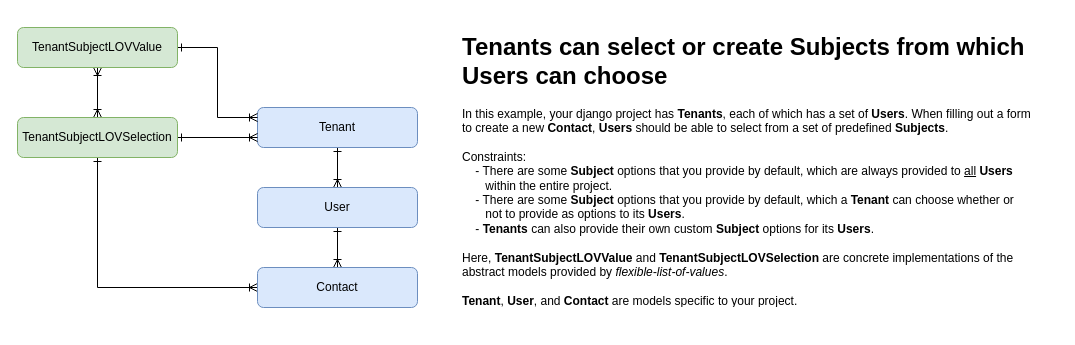
Above: page "Page-1" (1 of 2) of docs/media/FlexibleLOVDescription.drawio in OmenApps/flexible-list-of-values (draw.io), before the change. Source tidied: cells renumbered, new cells numbered last; positions are measured from the earlier drawing's top-left corner, leaving out a move shared by most shapes. Both pictures are drawn from the tidied source at 100%, with x=0, y=0 at pixel (17, 27).
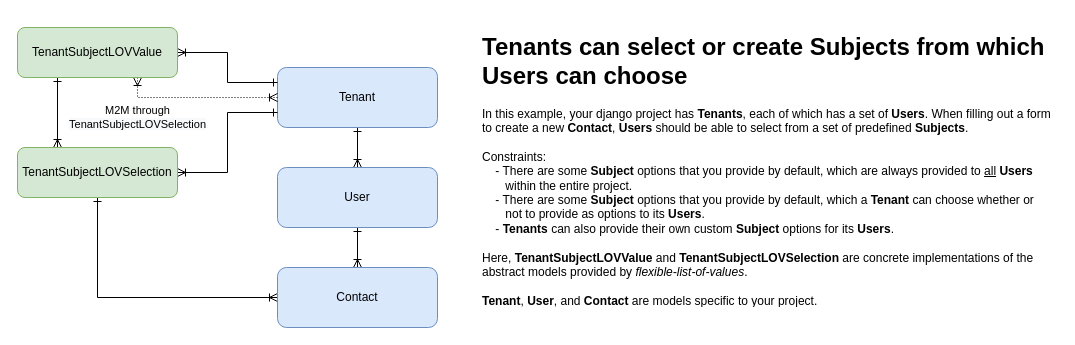
After the change.

Commit message (it also covers changes not shown here):
Update diagram to reflect the M2M through relationship

Change to the diagram source:
```diff
@@
 <mxGraphModel>
   <root>
     <mxCell id="0" />
     <mxCell id="1" parent="0" />
     <mxCell id="2" style="edgeStyle=orthogonalEdgeStyle;rounded=0;jettySize=auto;html=1;exitX=0.5;exitY=1;exitDx=0;exitDy=0;endArrow=ERoneToMany;endFill=0;startArrow=ERone;startFill=0;" parent="1" edge="1" source="3" target="11">
       <mxGeometry relative="1" as="geometry" />
     </mxCell>
     <mxCell id="3" value="Tenant" style="rounded=1;whiteSpace=wrap;html=1;fillColor=#dae8fc;strokeColor=#6c8ebf;" parent="1" vertex="1">
-      <mxGeometry x="240" y="80" width="160" height="40" as="geometry" />
+      <mxGeometry x="260" y="40" width="160" height="60" as="geometry" />
     </mxCell>
-    <mxCell id="4" style="edgeStyle=orthogonalEdgeStyle;rounded=0;jettySize=auto;html=1;exitX=1;exitY=0.5;exitDx=0;exitDy=0;entryX=0;entryY=0.25;entryDx=0;entryDy=0;startArrow=ERone;startFill=0;endArrow=ERoneToMany;endFill=0;" parent="1" edge="1" source="6" target="3">
+    <mxCell id="4" style="edgeStyle=orthogonalEdgeStyle;rounded=0;jettySize=auto;html=1;exitX=0;exitY=0.25;exitDx=0;exitDy=0;entryX=1;entryY=0.5;entryDx=0;entryDy=0;startArrow=ERone;startFill=0;endArrow=ERoneToMany;endFill=0;" parent="1" edge="1" source="3" target="6">
       <mxGeometry relative="1" as="geometry" />
     </mxCell>
-    <mxCell id="5" style="edgeStyle=orthogonalEdgeStyle;rounded=0;jettySize=auto;html=1;exitX=0.5;exitY=1;exitDx=0;exitDy=0;entryX=0.5;entryY=0;entryDx=0;entryDy=0;startArrow=ERoneToMany;startFill=0;endArrow=ERoneToMany;endFill=0;" parent="1" edge="1" source="6" target="9">
+    <mxCell id="5" style="edgeStyle=orthogonalEdgeStyle;rounded=0;jettySize=auto;html=1;exitX=0.25;exitY=1;exitDx=0;exitDy=0;entryX=0.25;entryY=0;entryDx=0;entryDy=0;startArrow=ERone;startFill=0;endArrow=ERoneToMany;endFill=0;" parent="1" edge="1" source="6" target="9">
       <mxGeometry relative="1" as="geometry" />
     </mxCell>
+    <mxCell id="14" value="&lt;font style=&quot;font-size: 11px&quot;&gt;M2M through&lt;span style=&quot;background-color: rgb(255 , 255 , 255)&quot;&gt;&lt;br&gt;&lt;/span&gt;&lt;span style=&quot;background-color: rgb(248 , 249 , 250)&quot;&gt;TenantSubjectLOVSelection&lt;/span&gt;&lt;/font&gt;" style="edgeStyle=orthogonalEdgeStyle;rounded=0;jettySize=auto;html=1;exitX=0.75;exitY=1;exitDx=0;exitDy=0;entryX=0;entryY=0.5;entryDx=0;entryDy=0;startArrow=ERoneToMany;startFill=0;endArrow=ERoneToMany;endFill=0;dashed=1;dashPattern=1 2;" parent="1" edge="1" source="6" target="3">
+      <mxGeometry x="-0.75" y="-20" relative="1" as="geometry" />
+    </mxCell>
     <mxCell id="6" value="TenantSubjectLOVValue" style="rounded=1;whiteSpace=wrap;html=1;fillColor=#d5e8d4;strokeColor=#82b366;" parent="1" vertex="1">
-      <mxGeometry width="160" height="40" as="geometry" />
+      <mxGeometry width="160" height="50" as="geometry" />
     </mxCell>
-    <mxCell id="7" style="edgeStyle=orthogonalEdgeStyle;rounded=0;jettySize=auto;html=1;exitX=1;exitY=0.5;exitDx=0;exitDy=0;entryX=0;entryY=0.75;entryDx=0;entryDy=0;startArrow=ERone;startFill=0;endArrow=ERoneToMany;endFill=0;" parent="1" edge="1" source="9" target="3">
+    <mxCell id="7" style="edgeStyle=orthogonalEdgeStyle;rounded=0;jettySize=auto;html=1;exitX=0;exitY=0.75;exitDx=0;exitDy=0;entryX=1;entryY=0.5;entryDx=0;entryDy=0;startArrow=ERone;startFill=0;endArrow=ERoneToMany;endFill=0;" parent="1" edge="1" source="3" target="9">
       <mxGeometry relative="1" as="geometry" />
     </mxCell>
     <mxCell id="8" style="edgeStyle=orthogonalEdgeStyle;rounded=0;jettySize=auto;html=1;exitX=0.5;exitY=1;exitDx=0;exitDy=0;entryX=0;entryY=0.5;entryDx=0;entryDy=0;startArrow=ERone;startFill=0;endArrow=ERoneToMany;endFill=0;" parent="1" edge="1" source="9" target="12">
       <mxGeometry relative="1" as="geometry" />
     </mxCell>
     <mxCell id="9" value="TenantSubjectLOVSelection" style="rounded=1;whiteSpace=wrap;html=1;fillColor=#d5e8d4;strokeColor=#82b366;" parent="1" vertex="1">
-      <mxGeometry y="90" width="160" height="40" as="geometry" />
+      <mxGeometry y="120" width="160" height="50" as="geometry" />
     </mxCell>
     <mxCell id="10" style="edgeStyle=orthogonalEdgeStyle;rounded=0;jettySize=auto;html=1;exitX=0.5;exitY=1;exitDx=0;exitDy=0;entryX=0.5;entryY=0;entryDx=0;entryDy=0;startArrow=ERone;startFill=0;endArrow=ERoneToMany;endFill=0;" parent="1" edge="1" source="11" target="12">
       <mxGeometry relative="1" as="geometry" />
     </mxCell>
     <mxCell id="11" value="User" style="rounded=1;whiteSpace=wrap;html=1;fillColor=#dae8fc;strokeColor=#6c8ebf;" parent="1" vertex="1">
-      <mxGeometry x="240" y="160" width="160" height="40" as="geometry" />
+      <mxGeometry x="260" y="140" width="160" height="60" as="geometry" />
     </mxCell>
     <mxCell id="12" value="Contact" style="rounded=1;whiteSpace=wrap;html=1;fillColor=#dae8fc;strokeColor=#6c8ebf;" parent="1" vertex="1">
-      <mxGeometry x="240" y="240" width="160" height="40" as="geometry" />
+      <mxGeometry x="260" y="240" width="160" height="60" as="geometry" />
     </mxCell>
     <mxCell id="13" value="&lt;h1&gt;Tenants can select or create Subjects from which Users can choose&lt;/h1&gt;&lt;p&gt;&lt;/p&gt;&lt;span style=&quot;text-align: center&quot;&gt;&lt;div style=&quot;text-align: left&quot;&gt;In this example, your django project has &lt;b&gt;Tenants&lt;/b&gt;, each of which has a set of &lt;b&gt;Users&lt;/b&gt;. When filling out a form to create a new &lt;b&gt;Contact&lt;/b&gt;, &lt;b&gt;Users&lt;/b&gt; should be able to select from a set of predefined&amp;nbsp;&lt;b&gt;Subjects&lt;/b&gt;.&lt;/div&gt;&lt;div style=&quot;text-align: left&quot;&gt;&lt;span&gt;&lt;br&gt;&lt;/span&gt;&lt;/div&gt;&lt;div style=&quot;text-align: left&quot;&gt;&lt;span&gt;Constraints:&lt;/span&gt;&lt;/div&gt;&lt;div style=&quot;text-align: left&quot;&gt;&amp;nbsp; &amp;nbsp; - There are some &lt;b&gt;Subject&lt;/b&gt; options that you provide by default, which are always provided to &lt;u&gt;all&lt;/u&gt; &lt;b&gt;Users&lt;/b&gt;&amp;nbsp; &amp;nbsp; &amp;nbsp; &amp;nbsp; &amp;nbsp; &amp;nbsp; &amp;nbsp;&lt;span&gt;within the entire project.&lt;/span&gt;&lt;/div&gt;&lt;div style=&quot;text-align: left&quot;&gt;&amp;nbsp; &amp;nbsp; - There are some &lt;b&gt;Subject&lt;/b&gt; options that you provide by default, which a &lt;b&gt;Tenant&lt;/b&gt; can choose whether or&amp;nbsp; &amp;nbsp; &amp;nbsp; &amp;nbsp; &amp;nbsp; &amp;nbsp; &amp;nbsp;not to provide as options to its &lt;b&gt;Users&lt;/b&gt;.&lt;/div&gt;&lt;div style=&quot;text-align: left&quot;&gt;&amp;nbsp; &amp;nbsp; - &lt;b&gt;Tenants&lt;/b&gt; can also provide their own custom &lt;b&gt;Subject&lt;/b&gt; options for its &lt;b&gt;Users&lt;/b&gt;.&lt;/div&gt;&lt;div style=&quot;text-align: left&quot;&gt;&lt;span&gt;&lt;br&gt;&lt;/span&gt;&lt;/div&gt;&lt;div style=&quot;text-align: left&quot;&gt;&lt;span&gt;Here,&amp;nbsp;&lt;b&gt;TenantSubjectLOVValue&lt;/b&gt; and&amp;nbsp;&lt;/span&gt;&lt;span&gt;&lt;b&gt;TenantSubjectLOVSelection&lt;/b&gt; are concrete implementations of the abstract models provided by&amp;nbsp;&lt;/span&gt;&lt;i style=&quot;text-align: left&quot;&gt;flexible-list-of-values&lt;/i&gt;&lt;span style=&quot;text-align: left&quot;&gt;.&lt;/span&gt;&lt;/div&gt;&lt;div style=&quot;text-align: left&quot;&gt;&lt;span style=&quot;text-align: left&quot;&gt;&lt;br&gt;&lt;/span&gt;&lt;/div&gt;&lt;div style=&quot;text-align: left&quot;&gt;&lt;span style=&quot;text-align: left&quot;&gt;&lt;b&gt;Tenant&lt;/b&gt;, &lt;b&gt;User&lt;/b&gt;, and &lt;b&gt;Contact&lt;/b&gt; are models specific to your project.&lt;/span&gt;&lt;/div&gt;&lt;/span&gt;" style="text;html=1;strokeColor=none;fillColor=none;spacing=5;spacingTop=-20;whiteSpace=wrap;overflow=hidden;rounded=0;" parent="1" vertex="1">
-      <mxGeometry x="440" width="580" height="280" as="geometry" />
+      <mxGeometry x="460" width="580" height="280" as="geometry" />
     </mxCell>
   </root>
 </mxGraphModel>
```
